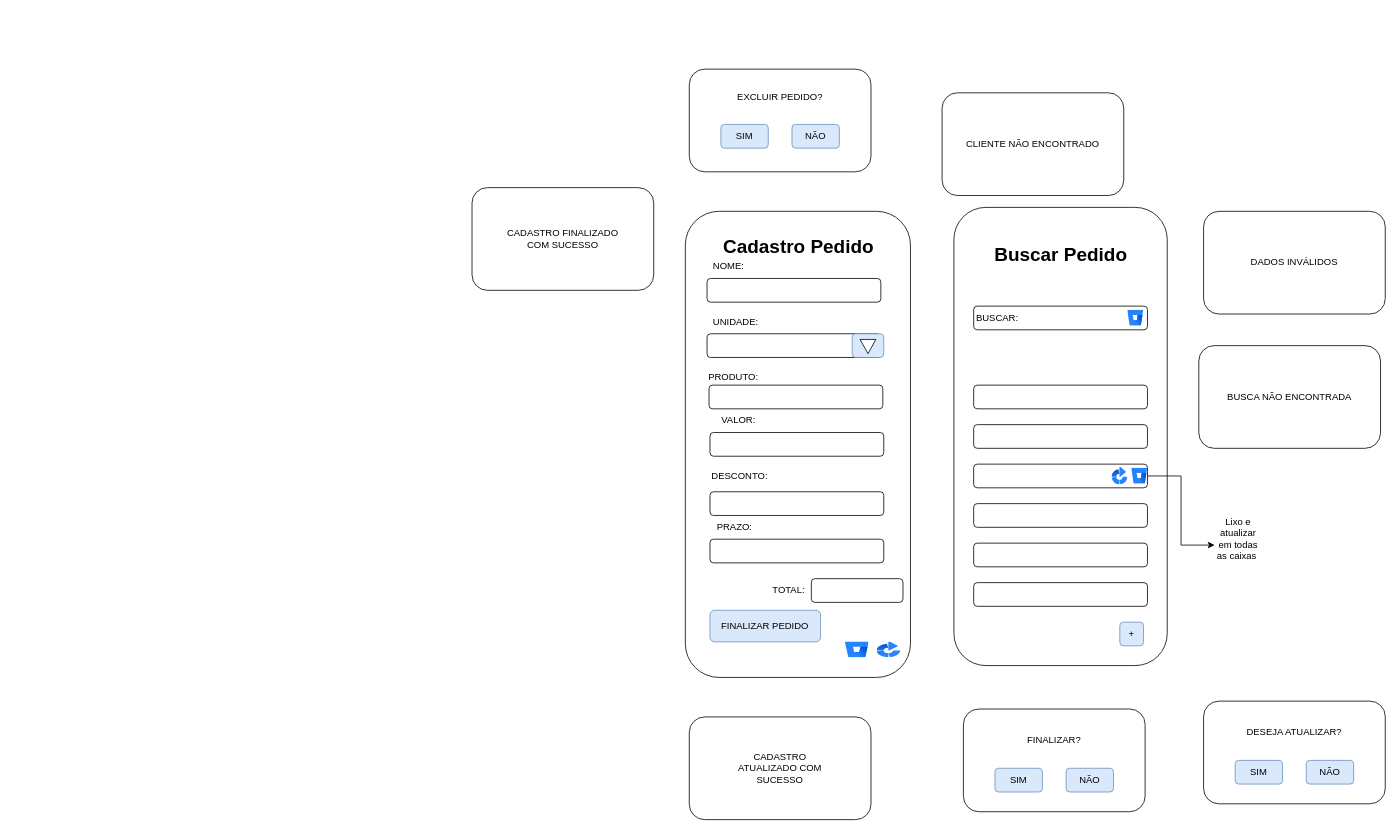
Before: page "Página-2" (2 of 10) of DOC/tela.drawio in juliareis14/avatar.app, a draw.io diagram. Source tidied: cells renumbered, new cells numbered last; positions are measured from the earlier drawing's top-left corner, leaving out a move shared by most shapes. Both pictures are drawn from the tidied source at 79%, with x=0, y=0 at pixel (472, 69).
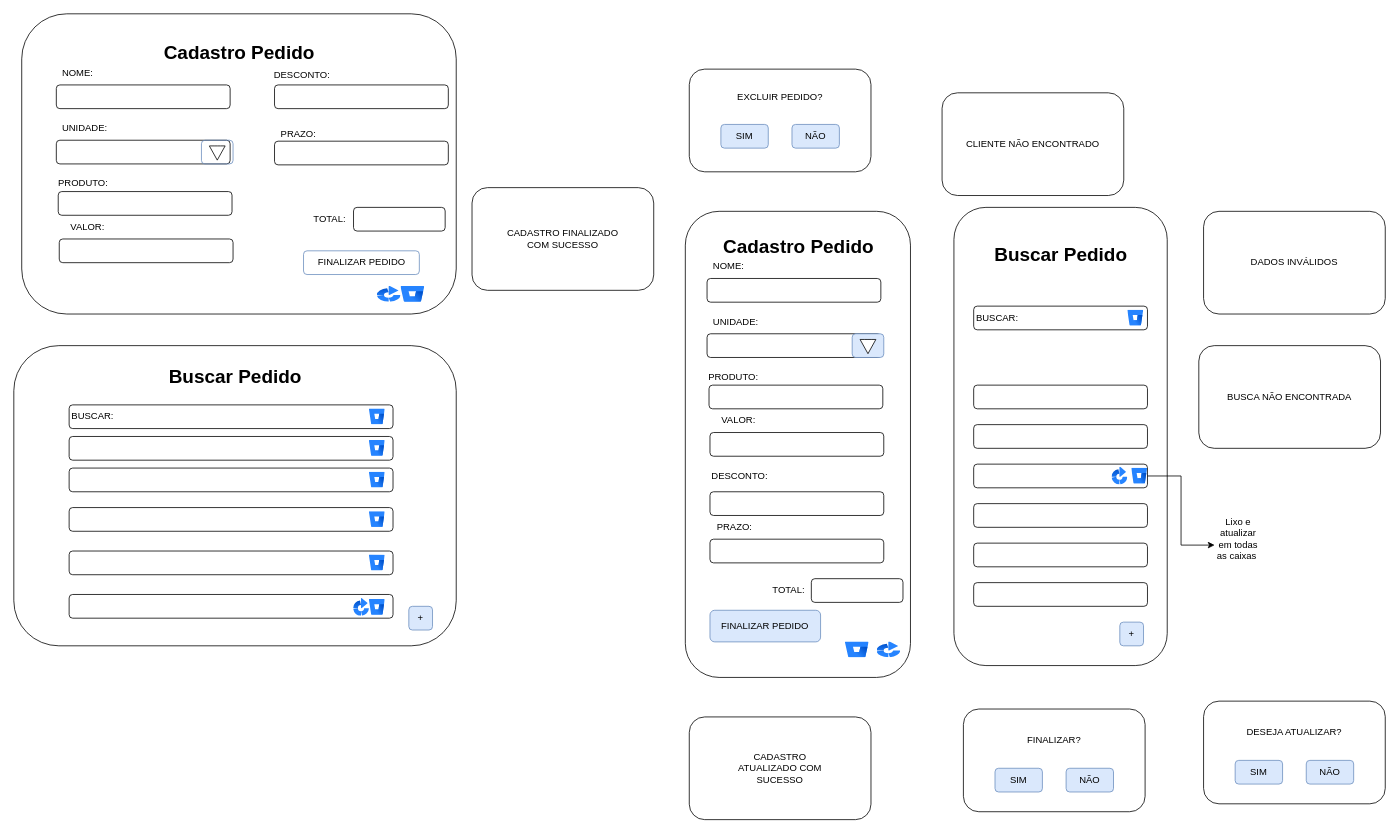
The same diagram, later.

The edit, as a diff of the source:
```diff
@@
+    <mxCell id="58" style="rounded=1;whiteSpace=wrap;html=1;" parent="1" vertex="1">
+      <mxGeometry x="-580" y="350" width="560" height="380" as="geometry" />
+    </mxCell>
+    <mxCell id="59" value="Buscar Pedido" style="text;strokeColor=none;fillColor=none;html=1;fontSize=24;fontStyle=1;verticalAlign=middle;align=center;" parent="1" vertex="1">
+      <mxGeometry x="-350" y="370" width="100" height="40" as="geometry" />
+    </mxCell>
+    <mxCell id="60" style="rounded=1;whiteSpace=wrap;html=1;" parent="1" vertex="1">
+      <mxGeometry x="-510" y="425" width="410" height="30" as="geometry" />
+    </mxCell>
+    <mxCell id="61" value="BUSCAR:" style="text;html=1;align=center;verticalAlign=middle;whiteSpace=wrap;rounded=0;" parent="1" vertex="1">
+      <mxGeometry x="-510" y="425" width="60" height="30" as="geometry" />
+    </mxCell>
+    <mxCell id="62" style="image;html=1;image=img/lib/atlassian/Bitbucket_Logo.svg;" parent="1" vertex="1">
+      <mxGeometry x="-130" y="430" width="20" height="20" as="geometry" />
+    </mxCell>
+    <mxCell id="63" style="rounded=1;whiteSpace=wrap;html=1;" parent="1" vertex="1">
+      <mxGeometry x="-510" y="505" width="410" height="30" as="geometry" />
+    </mxCell>
+    <mxCell id="64" style="rounded=1;whiteSpace=wrap;html=1;" parent="1" vertex="1">
+      <mxGeometry x="-510" y="555" width="410" height="30" as="geometry" />
+    </mxCell>
+    <mxCell id="65" style="rounded=1;whiteSpace=wrap;html=1;" parent="1" vertex="1">
+      <mxGeometry x="-510" y="610" width="410" height="30" as="geometry" />
+    </mxCell>
+    <mxCell id="66" style="rounded=1;whiteSpace=wrap;html=1;" parent="1" vertex="1">
+      <mxGeometry x="-510" y="665" width="410" height="30" as="geometry" />
+    </mxCell>
+    <mxCell id="67" style="rounded=1;whiteSpace=wrap;html=1;" parent="1" vertex="1">
+      <mxGeometry x="-510" y="465" width="410" height="30" as="geometry" />
+    </mxCell>
+    <mxCell id="68" style="image;html=1;image=img/lib/atlassian/Bitbucket_Logo.svg;" parent="1" vertex="1">
+      <mxGeometry x="-130" y="510" width="20" height="20" as="geometry" />
+    </mxCell>
+    <mxCell id="69" style="image;html=1;image=img/lib/atlassian/Bitbucket_Logo.svg;" parent="1" vertex="1">
+      <mxGeometry x="-130" y="560" width="20" height="20" as="geometry" />
+    </mxCell>
+    <mxCell id="70" style="image;html=1;image=img/lib/atlassian/Bitbucket_Logo.svg;" parent="1" vertex="1">
+      <mxGeometry x="-130" y="615" width="20" height="20" as="geometry" />
+    </mxCell>
+    <mxCell id="71" style="image;html=1;image=img/lib/atlassian/Bitbucket_Logo.svg;" parent="1" vertex="1">
+      <mxGeometry x="-130" y="671.2" width="20" height="20" as="geometry" />
+    </mxCell>
+    <mxCell id="72" style="image;html=1;image=img/lib/atlassian/Bitbucket_Logo.svg;" parent="1" vertex="1">
+      <mxGeometry x="-130" y="470" width="20" height="20" as="geometry" />
+    </mxCell>
+    <mxCell id="73" style="image;html=1;image=img/lib/atlassian/Bamboo_Logo.svg;direction=east;" parent="1" vertex="1">
+      <mxGeometry x="-150" y="670" width="20" height="22.5" as="geometry" />
+    </mxCell>
+    <mxCell id="74" value="+" style="rounded=1;whiteSpace=wrap;html=1;direction=south;fillColor=#dae8fc;strokeColor=#6c8ebf;" parent="1" vertex="1">
+      <mxGeometry x="-80" y="680" width="30" height="30" as="geometry" />
+    </mxCell>
+    <mxCell id="75" style="rounded=1;whiteSpace=wrap;html=1;" parent="1" vertex="1">
+      <mxGeometry x="-570" y="-70" width="550" height="380" as="geometry" />
+    </mxCell>
+    <mxCell id="76" value="Cadastro Pedido" style="text;strokeColor=none;fillColor=none;html=1;fontSize=24;fontStyle=1;verticalAlign=middle;align=center;" parent="1" vertex="1">
+      <mxGeometry x="-345" y="-40" width="100" height="40" as="geometry" />
+    </mxCell>
+    <mxCell id="77" style="rounded=1;whiteSpace=wrap;html=1;fillColor=none;" parent="1" vertex="1">
+      <mxGeometry x="-526.2" y="20" width="220" height="30" as="geometry" />
+    </mxCell>
+    <mxCell id="78" style="rounded=1;whiteSpace=wrap;html=1;fillColor=none;" parent="1" vertex="1">
+      <mxGeometry x="-526.2" y="90" width="220" height="30" as="geometry" />
+    </mxCell>
+    <mxCell id="79" style="rounded=1;whiteSpace=wrap;html=1;fillColor=none;" parent="1" vertex="1">
+      <mxGeometry x="-522.5" y="215" width="220" height="30" as="geometry" />
+    </mxCell>
+    <mxCell id="80" value="NOME:" style="text;html=1;align=center;verticalAlign=middle;whiteSpace=wrap;rounded=0;" parent="1" vertex="1">
+      <mxGeometry x="-528.8" y="-10" width="60" height="30" as="geometry" />
+    </mxCell>
+    <mxCell id="81" value="UNIDADE:" style="text;html=1;align=center;verticalAlign=middle;whiteSpace=wrap;rounded=0;" parent="1" vertex="1">
+      <mxGeometry x="-530" y="60" width="80" height="30" as="geometry" />
+    </mxCell>
+    <mxCell id="82" value="VALOR:" style="text;html=1;align=center;verticalAlign=middle;whiteSpace=wrap;rounded=0;fillColor=none;" parent="1" vertex="1">
+      <mxGeometry x="-523.8" y="185" width="75" height="30" as="geometry" />
+    </mxCell>
+    <mxCell id="83" value="FINALIZAR PEDIDO" style="rounded=1;whiteSpace=wrap;html=1;fillColor=none;strokeColor=#6c8ebf;" parent="1" vertex="1">
+      <mxGeometry x="-213.3" y="230" width="146.6" height="30" as="geometry" />
+    </mxCell>
+    <mxCell id="84" style="image;html=1;image=img/lib/atlassian/Bitbucket_Logo.svg;fillColor=none;" parent="1" vertex="1">
+      <mxGeometry x="-90" y="275" width="30" height="20" as="geometry" />
+    </mxCell>
+    <mxCell id="85" style="image;html=1;image=img/lib/atlassian/Bamboo_Logo.svg;fillColor=none;" parent="1" vertex="1">
+      <mxGeometry x="-120" y="275" width="30" height="20" as="geometry" />
+    </mxCell>
+    <mxCell id="86" style="rounded=1;whiteSpace=wrap;html=1;fillColor=none;" parent="1" vertex="1">
+      <mxGeometry x="-250" y="91.2" width="220" height="30" as="geometry" />
+    </mxCell>
+    <mxCell id="87" style="rounded=1;whiteSpace=wrap;html=1;fillColor=none;" parent="1" vertex="1">
+      <mxGeometry x="-250" y="20" width="220" height="30" as="geometry" />
+    </mxCell>
+    <mxCell id="88" value="DESCONTO:" style="text;html=1;align=center;verticalAlign=middle;whiteSpace=wrap;rounded=0;fillColor=none;" parent="1" vertex="1">
+      <mxGeometry x="-250" y="-5" width="70" height="25" as="geometry" />
+    </mxCell>
+    <mxCell id="89" value="PRAZO:" style="text;html=1;align=center;verticalAlign=middle;whiteSpace=wrap;rounded=0;" parent="1" vertex="1">
+      <mxGeometry x="-257.1" y="67.2" width="75" height="30" as="geometry" />
+    </mxCell>
+    <mxCell id="90" style="rounded=1;whiteSpace=wrap;html=1;fillColor=none;" parent="1" vertex="1">
+      <mxGeometry x="-150" y="175" width="116" height="30" as="geometry" />
+    </mxCell>
+    <mxCell id="91" value="TOTAL:" style="text;html=1;align=center;verticalAlign=middle;whiteSpace=wrap;rounded=0;fillColor=none;" parent="1" vertex="1">
+      <mxGeometry x="-210" y="175" width="60" height="30" as="geometry" />
+    </mxCell>
+    <mxCell id="92" style="rounded=1;whiteSpace=wrap;html=1;fillColor=none;" parent="1" vertex="1">
+      <mxGeometry x="-523.8" y="155" width="220" height="30" as="geometry" />
+    </mxCell>
+    <mxCell id="93" value="PRODUTO:" style="text;html=1;align=center;verticalAlign=middle;whiteSpace=wrap;rounded=0;fillColor=none;" parent="1" vertex="1">
+      <mxGeometry x="-522.5" y="130" width="60" height="30" as="geometry" />
+    </mxCell>
+    <mxCell id="94" style="rounded=1;whiteSpace=wrap;html=1;fillColor=none;strokeColor=#6c8ebf;" parent="1" vertex="1">
+      <mxGeometry x="-342.5" y="90" width="40" height="30" as="geometry" />
+    </mxCell>
+    <mxCell id="95" style="html=1;shadow=0;dashed=0;align=center;verticalAlign=middle;shape=mxgraph.arrows2.arrow;dy=0.6;dx=40;direction=south;notch=0;fillColor=none;" parent="1" vertex="1">
+      <mxGeometry x="-332.5" y="97.2" width="20" height="18" as="geometry" />
+    </mxCell>
```
